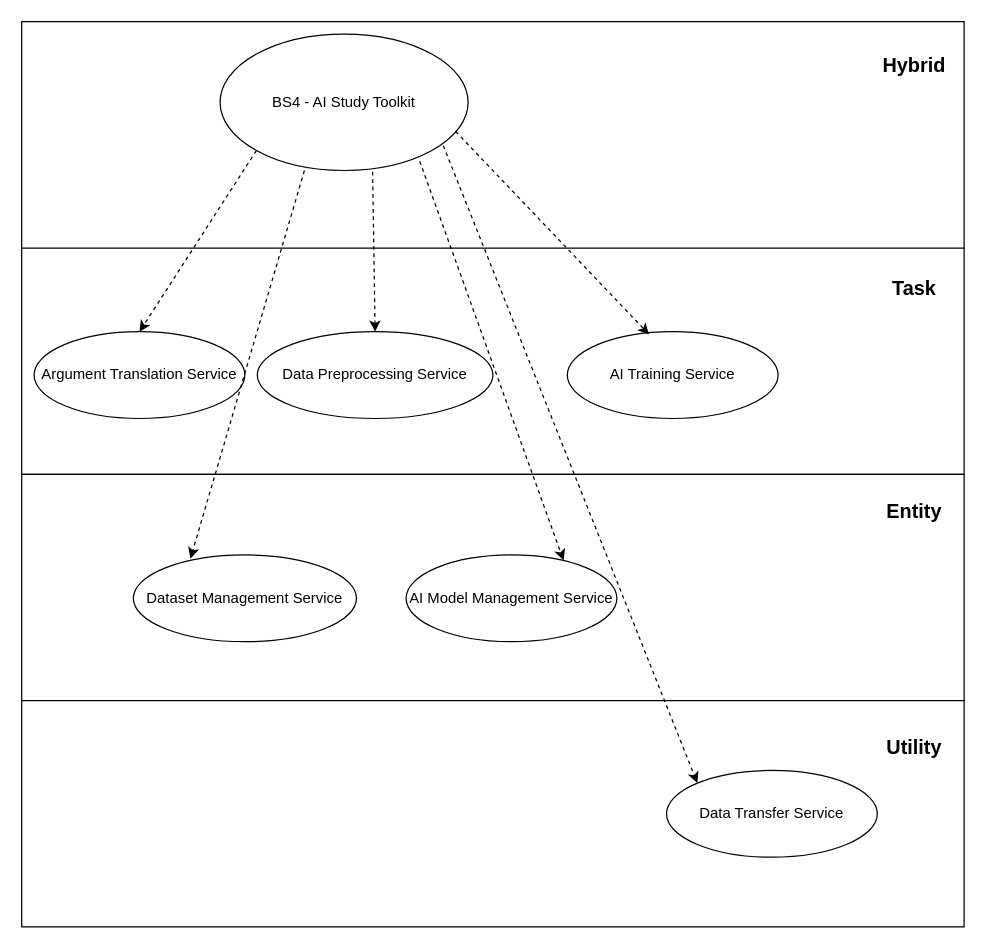
TISNN/2022_SOD keeps this draw.io diagram as page "第 5 页" (5 of 8) of SOD_Ass1.drawio. Above is the earlier version. Source tidied: cells renumbered, new cells numbered last; positions are measured from the earlier drawing's top-left corner, leaving out a move shared by most shapes. Both pictures are drawn from the tidied source at 124%, with x=0, y=0 at pixel (21, 21).
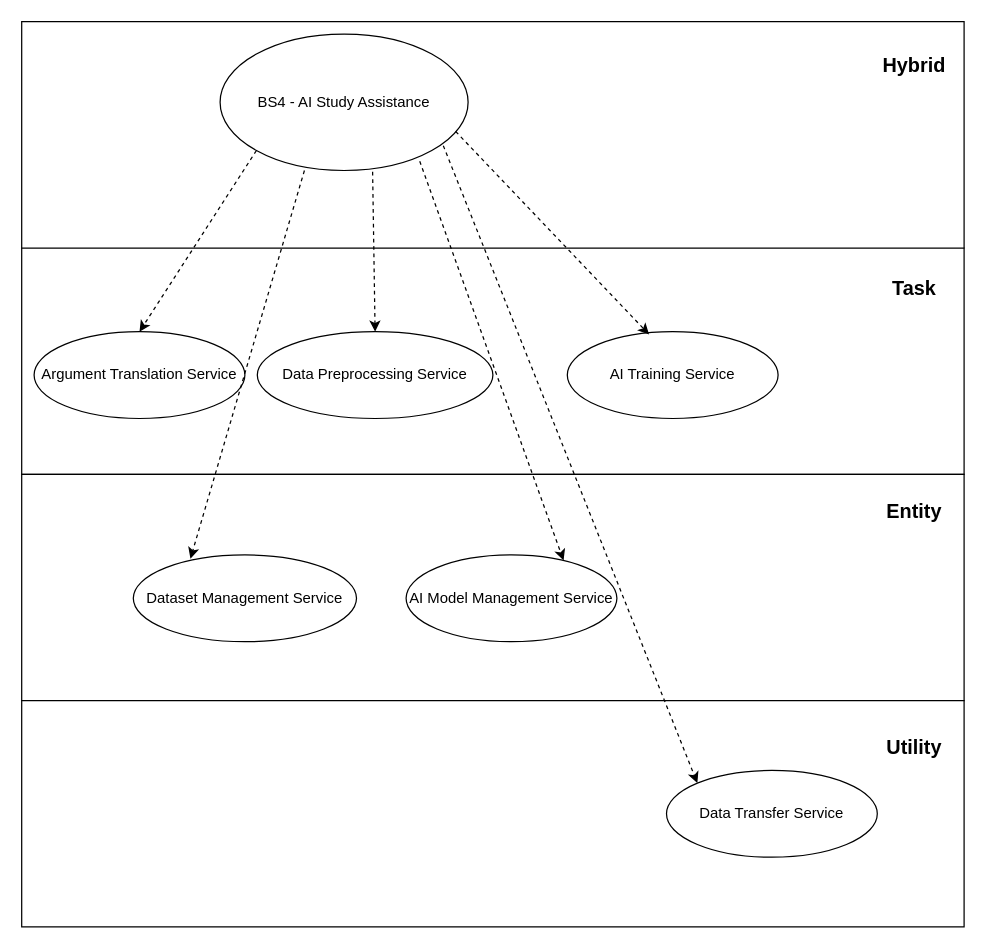
The same diagram, later.

Change to the diagram source:
```diff
@@
-    <mxCell id="21" value="BS4 - AI Study Toolkit" style="ellipse;whiteSpace=wrap;html=1;" parent="1" vertex="1">
+    <mxCell id="21" value="BS4 - AI Study Assistance" style="ellipse;whiteSpace=wrap;html=1;" parent="1" vertex="1">
       <mxGeometry x="160" y="10" width="200" height="110" as="geometry" />
     </mxCell>
```
